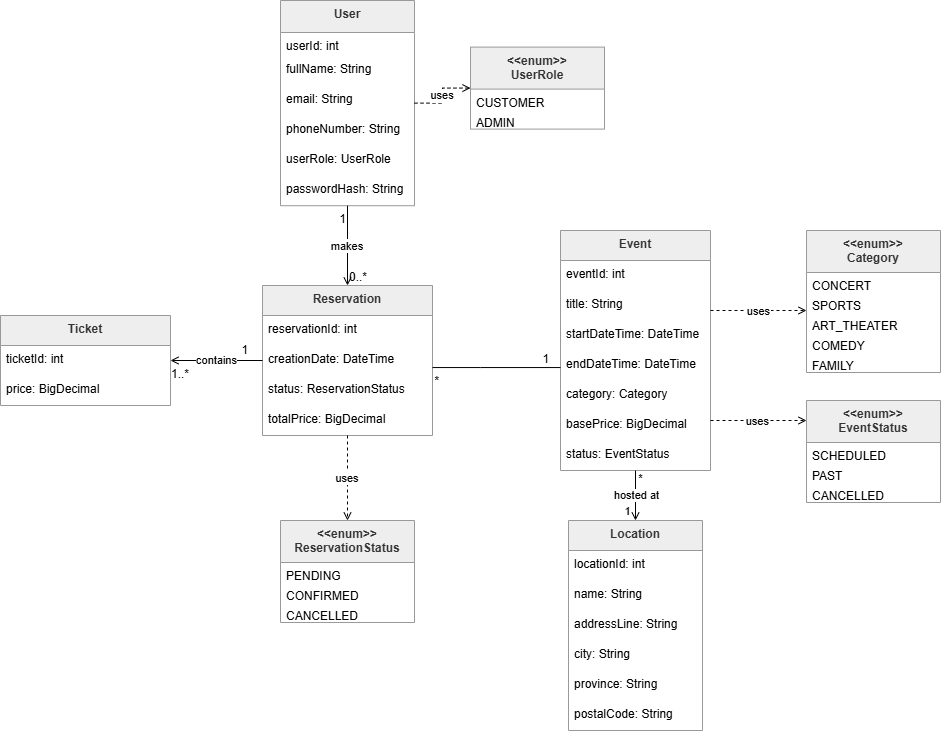
The draw.io diagram docs/DomainModel.png in Cimpo1/SOEN345_PestControl, before a commit. Source tidied: cells renumbered, new cells last; positions are measured from the earlier drawing's top-left corner, leaving out a move shared by most shapes.
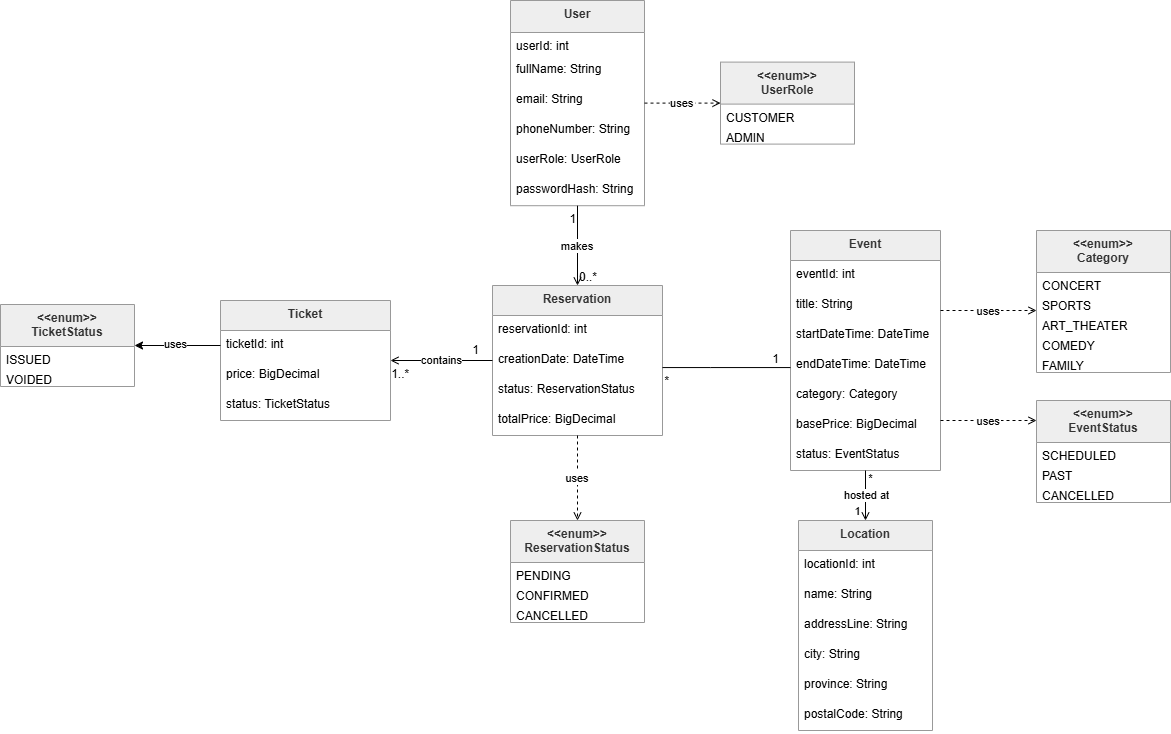
The same diagram one commit later.

Commit message:
Updated domain model and DB schema and added guides

Diff of the diagram source:
```diff
@@ -69,7 +69,7 @@
       <mxGeometry y="180" width="134" height="30" as="geometry" />
     </mxCell>
     <mxCell id="24" value="&lt;&lt;enum&gt;&gt;&#10;UserRole" style="swimlane;fontStyle=1;align=center;verticalAlign=top;horizontal=1;startSize=42;fillColor=light-dark(#eeeeee,#1f2020);strokeColor=light-dark(#999999,#cccccc);fontColor=light-dark(#333333,#cccccc);" parent="1" vertex="1">
-      <mxGeometry x="470" y="46.6" width="134" height="82" as="geometry" />
+      <mxGeometry x="490" y="61.6" width="134" height="82" as="geometry" />
     </mxCell>
     <mxCell id="25" value="CUSTOMER" style="text;strokeColor=none;fillColor=none;align=left;verticalAlign=top;spacingLeft=4;spacingRight=4;overflow=hidden;" parent="24" vertex="1">
       <mxGeometry y="42" width="134" height="20" as="geometry" />
@@ -182,7 +182,7 @@
       <mxGeometry x="1" relative="1" as="geometry" />
     </mxCell>
     <mxCell id="57" value="Ticket" style="swimlane;fontStyle=1;align=center;verticalAlign=top;horizontal=1;startSize=30;fillColor=light-dark(#eeeeee,#1f2020);strokeColor=light-dark(#999999,#cccccc);fontColor=light-dark(#333333,#cccccc);" parent="1" vertex="1">
-      <mxGeometry y="315" width="170" height="90" as="geometry" />
+      <mxGeometry x="-10" y="300" width="170" height="120" as="geometry" />
     </mxCell>
     <mxCell id="58" value="ticketId: int" style="text;strokeColor=none;fillColor=none;align=left;verticalAlign=top;spacingLeft=4;spacingRight=4;overflow=hidden;points=[[0,0.5],[1,0.5]];portConstraint=eastwest;" parent="57" vertex="1">
       <mxGeometry y="30" width="170" height="30" as="geometry" />
@@ -190,6 +190,9 @@
     <mxCell id="59" value="price: BigDecimal" style="text;strokeColor=none;fillColor=none;align=left;verticalAlign=top;spacingLeft=4;spacingRight=4;overflow=hidden;" parent="57" vertex="1">
       <mxGeometry y="60" width="170" height="30" as="geometry" />
     </mxCell>
+    <mxCell id="66" value="status: TicketStatus" style="text;strokeColor=none;fillColor=none;align=left;verticalAlign=top;spacingLeft=4;spacingRight=4;overflow=hidden;" parent="57" vertex="1">
+      <mxGeometry y="90" width="170" height="30" as="geometry" />
+    </mxCell>
     <mxCell id="60" value="contains" style="startArrow=open;endArrow=none;edgeStyle=orthogonalEdgeStyle;rounded=0;curved=0;html=1;startFill=0;" parent="1" edge="1" source="57" target="41">
       <mxGeometry relative="1" as="geometry" />
     </mxCell>
@@ -221,5 +224,22 @@
         <mxPoint x="-20" as="offset" />
       </mxGeometry>
     </mxCell>
+    <mxCell id="67" value="&lt;&lt;enum&gt;&gt;&#10;TicketStatus" style="swimlane;fontStyle=1;align=center;verticalAlign=top;horizontal=1;startSize=42;fillColor=light-dark(#eeeeee,#1f2020);strokeColor=light-dark(#999999,#cccccc);fontColor=light-dark(#333333,#cccccc);" parent="1" vertex="1">
+      <mxGeometry x="-230" y="304" width="134" height="82" as="geometry" />
+    </mxCell>
+    <mxCell id="68" value="ISSUED" style="text;strokeColor=none;fillColor=none;align=left;verticalAlign=top;spacingLeft=4;spacingRight=4;overflow=hidden;" parent="67" vertex="1">
+      <mxGeometry y="42" width="134" height="20" as="geometry" />
+    </mxCell>
+    <mxCell id="69" value="VOIDED" style="text;strokeColor=none;fillColor=none;align=left;verticalAlign=top;spacingLeft=4;spacingRight=4;overflow=hidden;" parent="67" vertex="1">
+      <mxGeometry y="62" width="134" height="20" as="geometry" />
+    </mxCell>
+    <mxCell id="70" style="edgeStyle=orthogonalEdgeStyle;rounded=0;jettySize=auto;html=1;" parent="1" edge="1" source="58" target="67">
+      <mxGeometry relative="1" as="geometry" />
+    </mxCell>
+    <mxCell id="71" value="uses" style="edgeLabel;html=1;align=center;verticalAlign=middle;" parent="70" vertex="1">
+      <mxGeometry x="0.07" y="-4" relative="1" as="geometry">
+        <mxPoint y="2" as="offset" />
+      </mxGeometry>
+    </mxCell>
   </root>
 </mxGraphModel>
```
